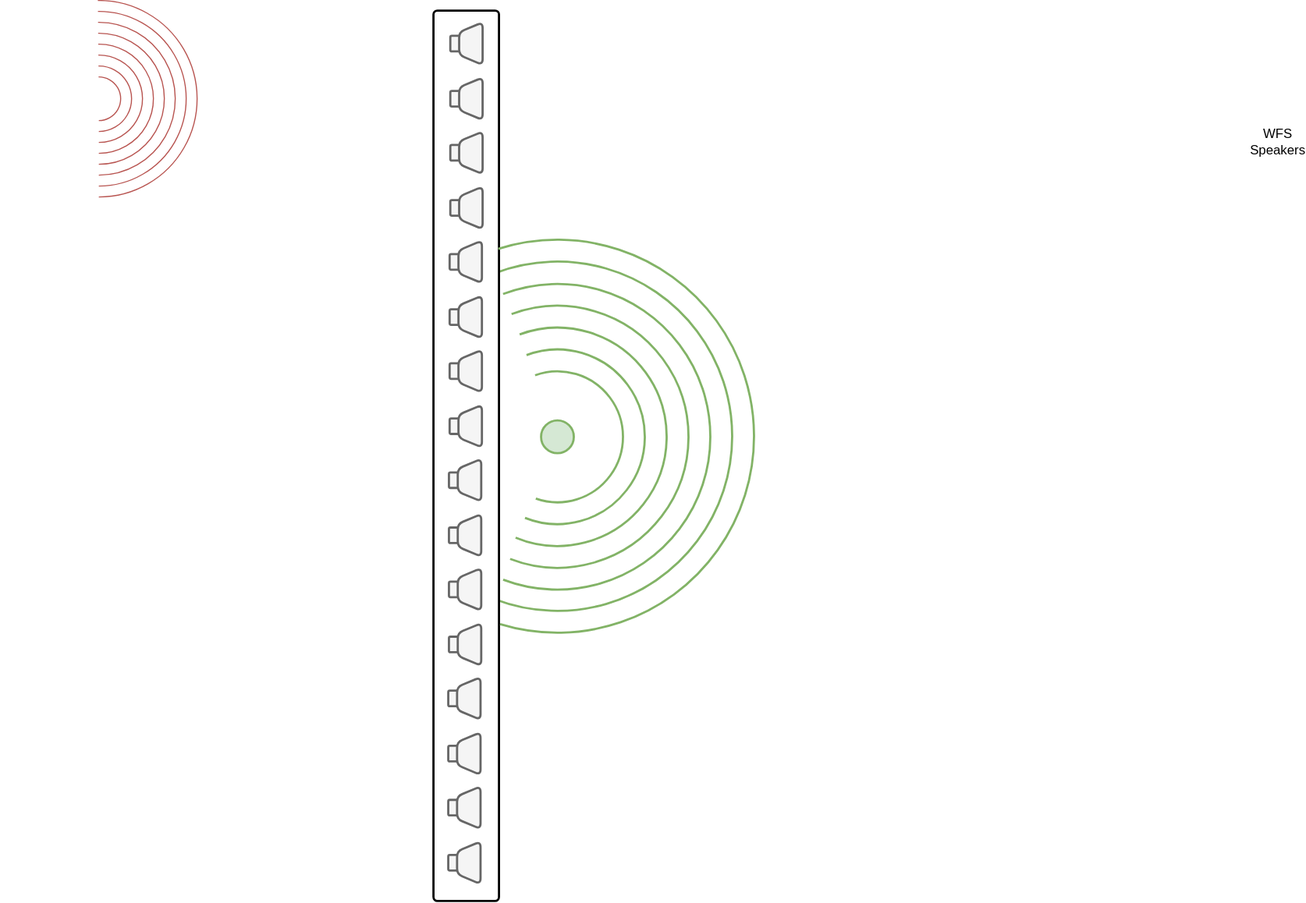
The draw.io diagram Graphics/Untitled Diagram.svg in tu-studio/seamless-docs, before a commit. Source tidied: cells renumbered, new cells last; positions are measured from the earlier drawing's top-left corner, leaving out a move shared by most shapes.
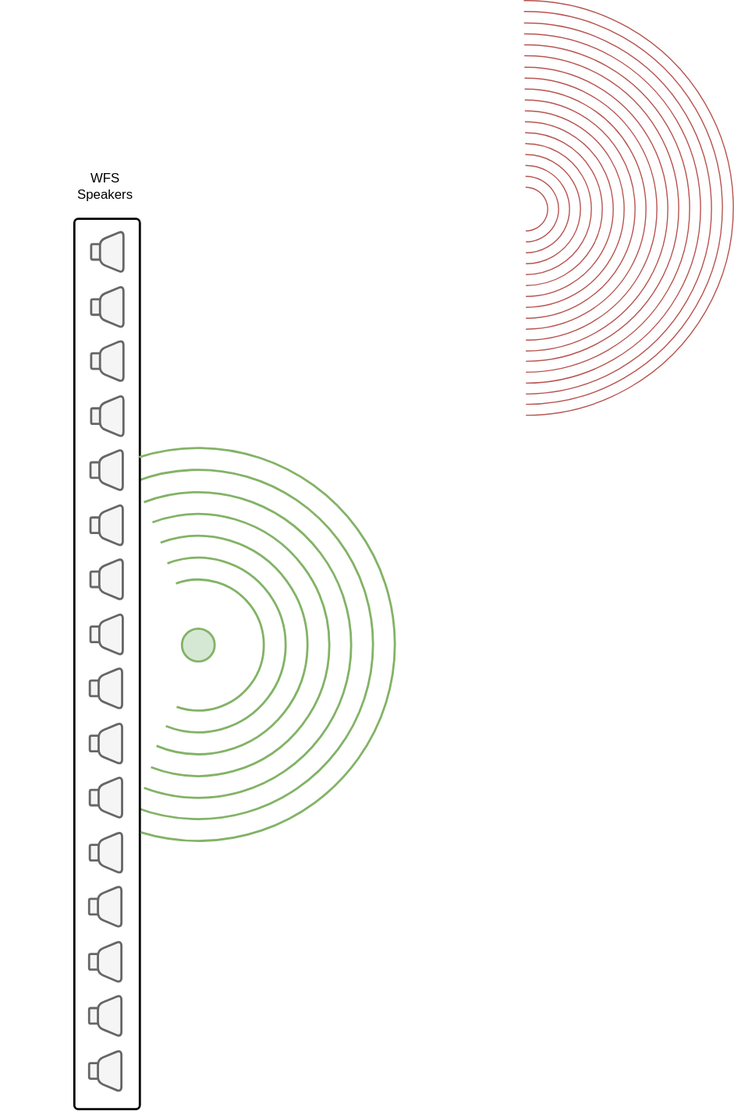
Above is the later version.

Diff of the diagram source:
```diff
@@ -21,7 +21,7 @@
       <mxGeometry x="396.5" y="9" width="60" height="815.8" as="geometry" />
     </mxCell>
     <mxCell id="8" value="WFS Speakers" style="text;html=1;strokeColor=none;fillColor=none;align=center;verticalAlign=middle;whiteSpace=wrap;rounded=0;" parent="1" vertex="1">
-      <mxGeometry x="1150" y="119" width="40" height="20" as="geometry" />
+      <mxGeometry x="404.6" y="-31" width="40" height="20" as="geometry" />
     </mxCell>
     <mxCell id="9" style="group;arcSize=10;" parent="1" vertex="1">
       <mxGeometry x="410.6" y="419" width="29.1" height="40.5" as="geometry" />
@@ -176,32 +176,59 @@
     <mxCell id="59" style="verticalLabelPosition=bottom;verticalAlign=top;html=1;shape=mxgraph.basic.arc;startAngle=0.9513178656285476;endAngle=0.5471541651886938;strokeWidth=2;fillColor=#d5e8d4;strokeColor=#82b366;" parent="1" vertex="1">
       <mxGeometry x="330" y="219" width="360" height="360" as="geometry" />
     </mxCell>
-    <mxCell id="60" style="group;" parent="1" vertex="1">
-      <mxGeometry y="-0.2" width="180" height="180" as="geometry" />
-    </mxCell>
-    <mxCell id="61" style="verticalLabelPosition=bottom;verticalAlign=top;html=1;shape=mxgraph.basic.arc;startAngle=0.9983924289844229;endAngle=0.5;strokeWidth=1;fillColor=#f8cecc;strokeColor=#b85450;" parent="60" vertex="1">
-      <mxGeometry x="60" y="60" width="60" height="60" as="geometry" />
+    <mxCell id="61" style="verticalLabelPosition=bottom;verticalAlign=top;html=1;shape=mxgraph.basic.arc;startAngle=0.9983924289844229;endAngle=0.5;strokeWidth=1;fillColor=#f8cecc;strokeColor=#b85450;" parent="1" vertex="1">
+      <mxGeometry x="780" y="-29.9" width="60" height="60" as="geometry" />
     </mxCell>
-    <mxCell id="62" style="verticalLabelPosition=bottom;verticalAlign=top;html=1;shape=mxgraph.basic.arc;startAngle=0.9983924289844229;endAngle=0.5;strokeWidth=1;fillColor=#f8cecc;strokeColor=#b85450;" parent="60" vertex="1">
-      <mxGeometry x="70" y="70" width="40" height="40" as="geometry" />
+    <mxCell id="62" style="verticalLabelPosition=bottom;verticalAlign=top;html=1;shape=mxgraph.basic.arc;startAngle=0.9983924289844229;endAngle=0.5;strokeWidth=1;fillColor=#f8cecc;strokeColor=#b85450;" parent="1" vertex="1">
+      <mxGeometry x="790" y="-19.9" width="40" height="40" as="geometry" />
     </mxCell>
-    <mxCell id="63" style="verticalLabelPosition=bottom;verticalAlign=top;html=1;shape=mxgraph.basic.arc;startAngle=0.9983924289844229;endAngle=0.5;strokeWidth=1;fillColor=#f8cecc;strokeColor=#b85450;" parent="60" vertex="1">
-      <mxGeometry x="50" y="50" width="80" height="80" as="geometry" />
+    <mxCell id="63" style="verticalLabelPosition=bottom;verticalAlign=top;html=1;shape=mxgraph.basic.arc;startAngle=0.9983924289844229;endAngle=0.5;strokeWidth=1;fillColor=#f8cecc;strokeColor=#b85450;" parent="1" vertex="1">
+      <mxGeometry x="770" y="-39.9" width="80" height="80" as="geometry" />
     </mxCell>
-    <mxCell id="64" style="verticalLabelPosition=bottom;verticalAlign=top;html=1;shape=mxgraph.basic.arc;startAngle=0.9983924289844229;endAngle=0.5;strokeWidth=1;fillColor=#f8cecc;strokeColor=#b85450;" parent="60" vertex="1">
-      <mxGeometry x="40" y="40" width="100" height="100" as="geometry" />
+    <mxCell id="64" style="verticalLabelPosition=bottom;verticalAlign=top;html=1;shape=mxgraph.basic.arc;startAngle=0.9983924289844229;endAngle=0.5;strokeWidth=1;fillColor=#f8cecc;strokeColor=#b85450;" parent="1" vertex="1">
+      <mxGeometry x="760" y="-49.9" width="100" height="100" as="geometry" />
     </mxCell>
-    <mxCell id="65" style="verticalLabelPosition=bottom;verticalAlign=top;html=1;shape=mxgraph.basic.arc;startAngle=0.9983924289844229;endAngle=0.5;strokeWidth=1;fillColor=#f8cecc;strokeColor=#b85450;" parent="60" vertex="1">
-      <mxGeometry x="30" y="30" width="120" height="120" as="geometry" />
+    <mxCell id="65" style="verticalLabelPosition=bottom;verticalAlign=top;html=1;shape=mxgraph.basic.arc;startAngle=0.9983924289844229;endAngle=0.5;strokeWidth=1;fillColor=#f8cecc;strokeColor=#b85450;" parent="1" vertex="1">
+      <mxGeometry x="750" y="-59.9" width="120" height="120" as="geometry" />
     </mxCell>
-    <mxCell id="66" style="verticalLabelPosition=bottom;verticalAlign=top;html=1;shape=mxgraph.basic.arc;startAngle=0.9983924289844229;endAngle=0.5;strokeWidth=1;fillColor=#f8cecc;strokeColor=#b85450;" parent="60" vertex="1">
-      <mxGeometry x="20" y="20" width="140" height="140" as="geometry" />
+    <mxCell id="66" style="verticalLabelPosition=bottom;verticalAlign=top;html=1;shape=mxgraph.basic.arc;startAngle=0.9983924289844229;endAngle=0.5;strokeWidth=1;fillColor=#f8cecc;strokeColor=#b85450;" parent="1" vertex="1">
+      <mxGeometry x="740" y="-69.9" width="140" height="140" as="geometry" />
     </mxCell>
-    <mxCell id="67" style="verticalLabelPosition=bottom;verticalAlign=top;html=1;shape=mxgraph.basic.arc;startAngle=0.9983924289844229;endAngle=0.5;strokeWidth=1;fillColor=#f8cecc;strokeColor=#b85450;" parent="60" vertex="1">
-      <mxGeometry x="10" y="10" width="160" height="160" as="geometry" />
+    <mxCell id="67" style="verticalLabelPosition=bottom;verticalAlign=top;html=1;shape=mxgraph.basic.arc;startAngle=0.9983924289844229;endAngle=0.5;strokeWidth=1;fillColor=#f8cecc;strokeColor=#b85450;" parent="1" vertex="1">
+      <mxGeometry x="730" y="-79.9" width="160" height="160" as="geometry" />
     </mxCell>
-    <mxCell id="68" style="verticalLabelPosition=bottom;verticalAlign=top;html=1;shape=mxgraph.basic.arc;startAngle=0.9983924289844229;endAngle=0.5;strokeWidth=1;fillColor=#f8cecc;strokeColor=#b85450;" parent="60" vertex="1">
-      <mxGeometry width="180" height="180" as="geometry" />
+    <mxCell id="68" style="verticalLabelPosition=bottom;verticalAlign=top;html=1;shape=mxgraph.basic.arc;startAngle=0.9983924289844229;endAngle=0.5;strokeWidth=1;fillColor=#f8cecc;strokeColor=#b85450;" parent="1" vertex="1">
+      <mxGeometry x="720" y="-89.9" width="180" height="180" as="geometry" />
     </mxCell>
+    <mxCell id="69" style="verticalLabelPosition=bottom;verticalAlign=top;html=1;shape=mxgraph.basic.arc;startAngle=0.9983924289844229;endAngle=0.5;strokeWidth=1;fillColor=#f8cecc;strokeColor=#b85450;" parent="1" vertex="1">
+      <mxGeometry x="710" y="-99.9" width="200" height="200" as="geometry" />
+    </mxCell>
+    <mxCell id="70" style="verticalLabelPosition=bottom;verticalAlign=top;html=1;shape=mxgraph.basic.arc;startAngle=0.9983924289844229;endAngle=0.5;strokeWidth=1;fillColor=#f8cecc;strokeColor=#b85450;" parent="1" vertex="1">
+      <mxGeometry x="700" y="-109.9" width="220" height="220" as="geometry" />
+    </mxCell>
+    <mxCell id="71" style="verticalLabelPosition=bottom;verticalAlign=top;html=1;shape=mxgraph.basic.arc;startAngle=0.9983924289844229;endAngle=0.5;strokeWidth=1;fillColor=#f8cecc;strokeColor=#b85450;" parent="1" vertex="1">
+      <mxGeometry x="690" y="-119.9" width="240" height="240" as="geometry" />
+    </mxCell>
+    <mxCell id="72" style="verticalLabelPosition=bottom;verticalAlign=top;html=1;shape=mxgraph.basic.arc;startAngle=0.9983924289844229;endAngle=0.5;strokeWidth=1;fillColor=#f8cecc;strokeColor=#b85450;" parent="1" vertex="1">
+      <mxGeometry x="680" y="-129.9" width="260" height="260" as="geometry" />
+    </mxCell>
+    <mxCell id="73" style="verticalLabelPosition=bottom;verticalAlign=top;html=1;shape=mxgraph.basic.arc;startAngle=0.9983924289844229;endAngle=0.5;strokeWidth=1;fillColor=#f8cecc;strokeColor=#b85450;" parent="1" vertex="1">
+      <mxGeometry x="670" y="-140.5" width="280" height="280" as="geometry" />
+    </mxCell>
+    <mxCell id="74" style="verticalLabelPosition=bottom;verticalAlign=top;html=1;shape=mxgraph.basic.arc;startAngle=0.9983924289844229;endAngle=0.5;strokeWidth=1;fillColor=#f8cecc;strokeColor=#b85450;" parent="1" vertex="1">
+      <mxGeometry x="660" y="-150.5" width="300" height="300" as="geometry" />
+    </mxCell>
+    <mxCell id="75" style="verticalLabelPosition=bottom;verticalAlign=top;html=1;shape=mxgraph.basic.arc;startAngle=0.9983924289844229;endAngle=0.5;strokeWidth=1;fillColor=#f8cecc;strokeColor=#b85450;" parent="1" vertex="1">
+      <mxGeometry x="650" y="-160.5" width="320" height="320" as="geometry" />
+    </mxCell>
+    <mxCell id="76" style="verticalLabelPosition=bottom;verticalAlign=top;html=1;shape=mxgraph.basic.arc;startAngle=0.9983924289844229;endAngle=0.5;strokeWidth=1;fillColor=#f8cecc;strokeColor=#b85450;" parent="1" vertex="1">
+      <mxGeometry x="640" y="-170.5" width="340" height="340" as="geometry" />
+    </mxCell>
+    <mxCell id="77" style="verticalLabelPosition=bottom;verticalAlign=top;html=1;shape=mxgraph.basic.arc;startAngle=0.9983924289844229;endAngle=0.5;strokeWidth=1;fillColor=#f8cecc;strokeColor=#b85450;" parent="1" vertex="1">
+      <mxGeometry x="630" y="-181" width="360" height="360" as="geometry" />
+    </mxCell>
+    <mxCell id="78" style="verticalLabelPosition=bottom;verticalAlign=top;html=1;shape=mxgraph.basic.arc;startAngle=0.9983924289844229;endAngle=0.5;strokeWidth=1;fillColor=#f8cecc;strokeColor=#b85450;" parent="1" vertex="1">
+      <mxGeometry x="620" y="-191" width="380" height="380" as="geometry" />
+    </mxCell>
   </root>
 </mxGraphModel>
```
